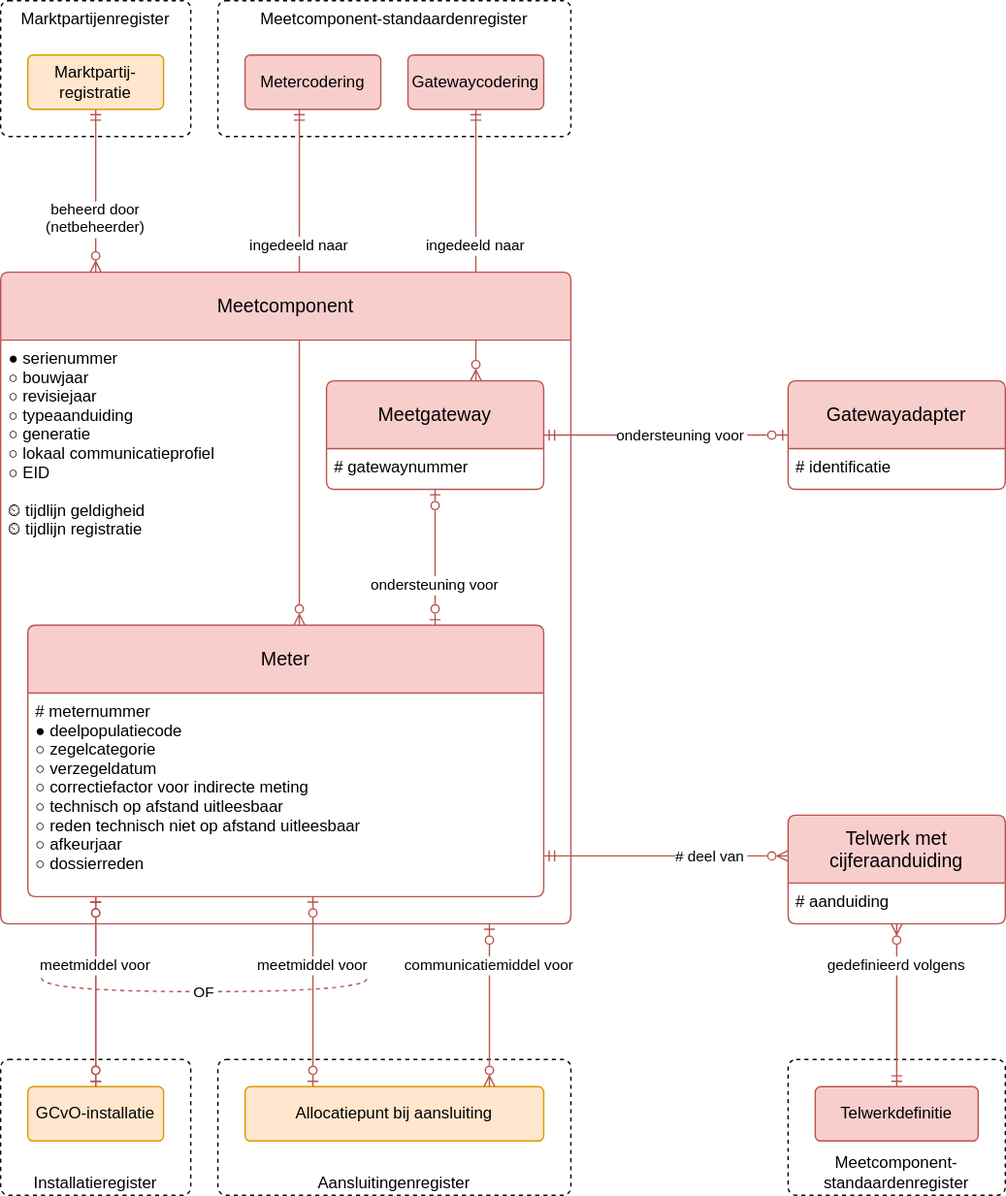
Before: registers/meetcomponentenregister/1.0/meetcomponentenregister.drawio.svg, a diagram exported from draw.io (Netbeheer-Nederland/stelsel). Source tidied: cells renumbered, new cells last; positions are measured from the earlier drawing's top-left corner, leaving out a move shared by most shapes.
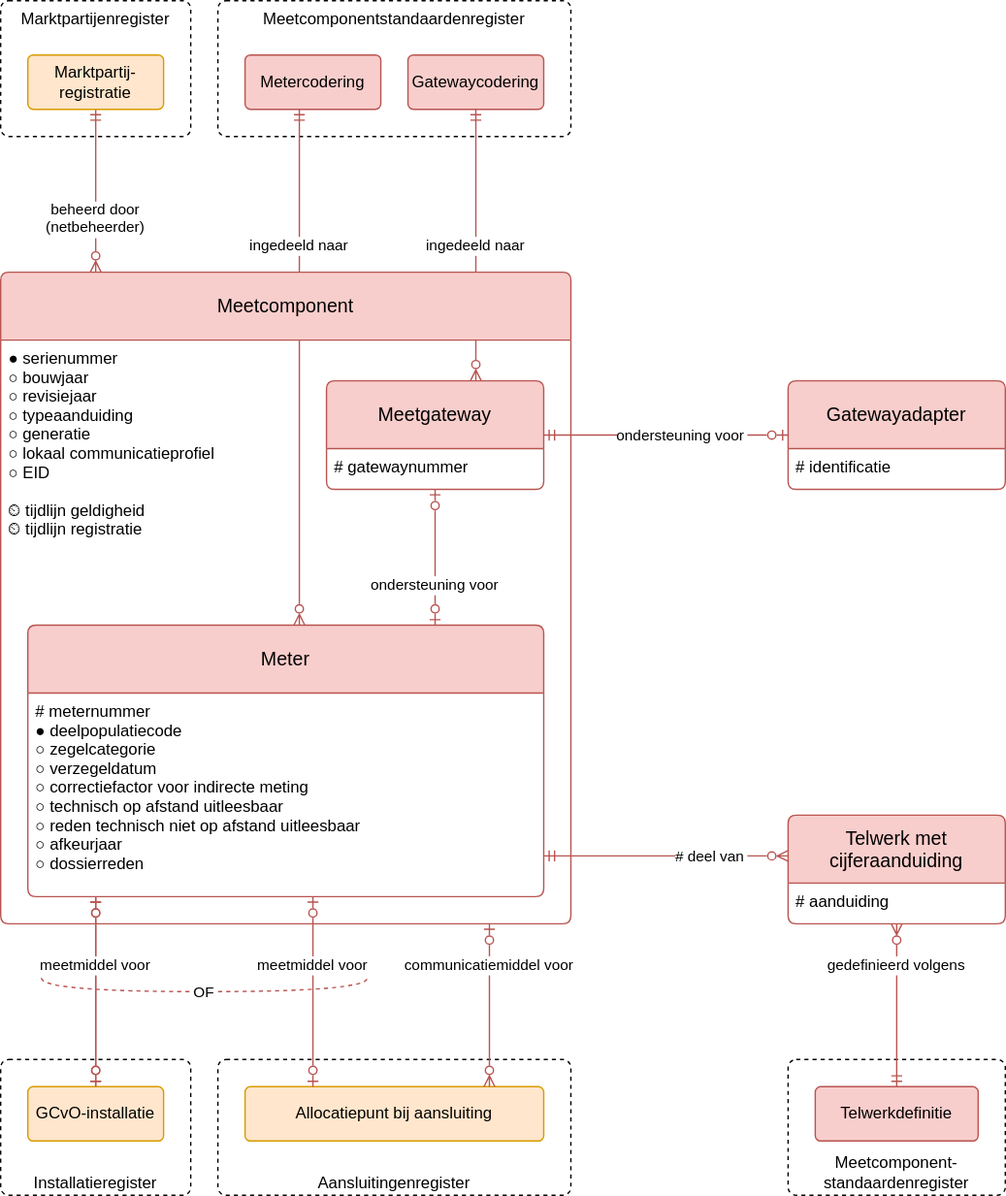
The same file after the commit.

Commit message:
Stelselplaat aangepast

What changed in the source:
```diff
@@ -5,7 +5,7 @@
     <mxCell id="2" value="Meetcomponent-standaardenregister" style="rounded=1;whiteSpace=wrap;dashed=1;verticalAlign=bottom;arcSize=12;absoluteArcSize=1;" parent="1" vertex="1">
       <mxGeometry x="580" y="780" width="160" height="100" as="geometry" />
     </mxCell>
-    <mxCell id="3" value="Meetcomponent-standaardenregister" style="rounded=1;whiteSpace=wrap;dashed=1;verticalAlign=top;arcSize=12;absoluteArcSize=1;" parent="1" vertex="1">
+    <mxCell id="3" value="Meetcomponentstandaardenregister" style="rounded=1;whiteSpace=wrap;dashed=1;verticalAlign=top;arcSize=12;absoluteArcSize=1;" parent="1" vertex="1">
       <mxGeometry x="160" width="260" height="100" as="geometry" />
     </mxCell>
     <mxCell id="4" value="gedefinieerd volgens" style="endArrow=ERmandOne;rounded=0;startArrow=ERzeroToMany;startFill=0;endFill=0;edgeStyle=elbowEdgeStyle;align=center;fillColor=#f8cecc;strokeColor=#b85450;" parent="1" edge="1" source="31" target="26">
```
